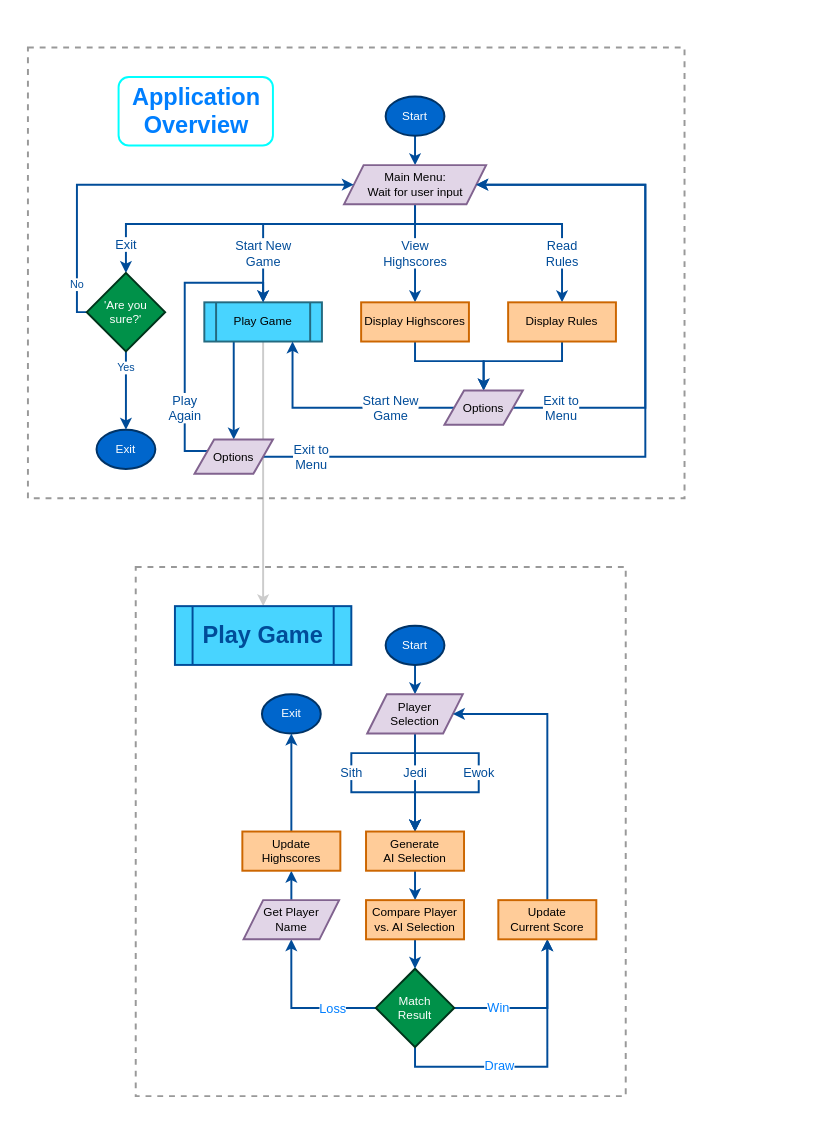
The draw.io diagram docs/img/flowcharts/app-game-overview-flowcharts.drawio in waldowred5/Sith-Lord-Jedi-Ewok, before the edit. Source tidied: cells renumbered, new cells numbered last; positions are measured from the earlier drawing's top-left corner, leaving out a move shared by most shapes. Both pictures are drawn from the tidied source at 98%, with x=0, y=0 at pixel (18, 37).
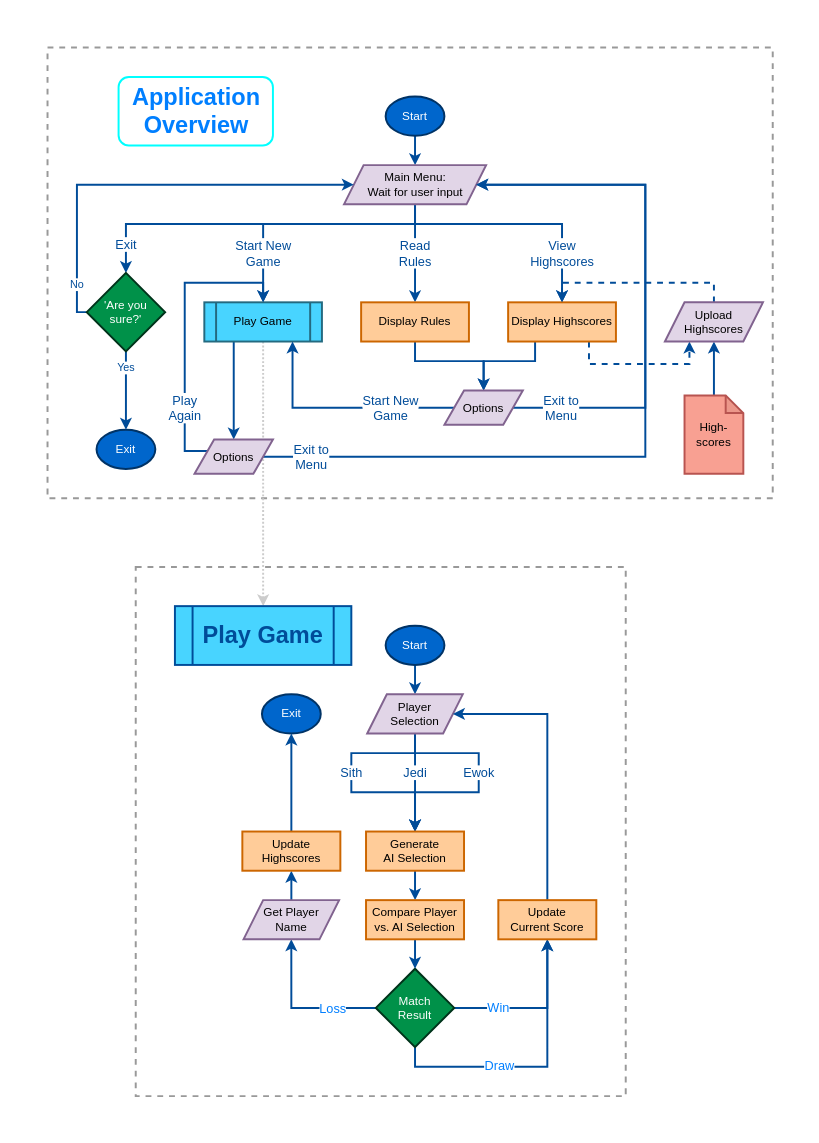
Above is the later version.

Commit message (it also covers changes not shown here):
Updated flowchart to include uploading Highscores flow

The change refers to these unchanged cells:
```xml
<mxCell id="9" value="Main Menu:&lt;br&gt;Wait for user input" style="shape=parallelogram;perimeter=parallelogramPerimeter;whiteSpace=wrap;html=1;fixedSize=1;fillColor=#e1d5e7;strokeWidth=2;strokeColor=#81638F;" parent="1" vertex="1">
  <mxGeometry x="332.5" y="130" width="145" height="40" as="geometry" />
</mxCell>
<mxCell id="12" value="Play Game" style="shape=process;whiteSpace=wrap;html=1;backgroundOutline=1;strokeColor=#246A80;fillColor=#48D4FF;strokeWidth=2;" parent="1" vertex="1">
  <mxGeometry x="190" y="270" width="120" height="40" as="geometry" />
</mxCell>
<mxCell id="22" value="Options" style="shape=parallelogram;perimeter=parallelogramPerimeter;whiteSpace=wrap;html=1;fixedSize=1;fillColor=#e1d5e7;strokeWidth=2;strokeColor=#81638F;" parent="1" vertex="1">
  <mxGeometry x="435" y="360" width="80" height="35" as="geometry" />
</mxCell>
<mxCell id="53" value="&lt;b style=&quot;font-size: 24px&quot;&gt;&lt;font color=&quot;#004c99&quot;&gt;Play Game&lt;/font&gt;&lt;/b&gt;" style="shape=process;whiteSpace=wrap;html=1;backgroundOutline=1;rounded=0;shadow=0;glass=0;sketch=0;strokeWidth=2;fillColor=#48D4FF;fontColor=#007FFF;strokeColor=#004C99;" parent="1" vertex="1">
  <mxGeometry x="160" y="580" width="180" height="60" as="geometry" />
</mxCell>
```

The edit, as a diff of the source:
```diff
@@
+    <mxCell id="56" style="rounded=0;whiteSpace=wrap;html=1;shadow=0;glass=0;dashed=1;sketch=0;strokeWidth=2;fillColor=none;fontColor=#007FFF;strokeColor=#FFFFFF;" parent="1" vertex="1">
+      <mxGeometry y="-20" width="800" height="1130" as="geometry" />
+    </mxCell>
+    <mxCell id="55" style="rounded=0;whiteSpace=wrap;html=1;shadow=0;glass=0;sketch=0;strokeWidth=2;fontColor=#007FFF;fillColor=none;dashed=1;strokeColor=#999999;" parent="1" vertex="1">
+      <mxGeometry x="120" y="540" width="500" height="540" as="geometry" />
+    </mxCell>
+    <mxCell id="54" style="rounded=0;whiteSpace=wrap;html=1;shadow=0;glass=0;sketch=0;strokeWidth=2;fontColor=#007FFF;fillColor=none;dashed=1;strokeColor=#999999;" parent="1" vertex="1">
+      <mxGeometry x="30" y="10" width="740" height="460" as="geometry" />
+    </mxCell>
@@
-    <mxCell id="5" value="&lt;font style=&quot;font-size: 13px&quot;&gt;View&lt;br&gt;Highscores&lt;/font&gt;" style="edgeStyle=orthogonalEdgeStyle;rounded=0;jettySize=auto;html=1;strokeColor=#004C99;fontColor=#004C99;strokeWidth=2;entryX=0.5;entryY=0;entryDx=0;entryDy=0;" parent="1" edge="1" source="9" target="23">
+    <mxCell id="5" value="&lt;font style=&quot;font-size: 13px&quot;&gt;Read&lt;br&gt;Rules&lt;/font&gt;" style="edgeStyle=orthogonalEdgeStyle;rounded=0;jettySize=auto;html=1;strokeColor=#004C99;fontColor=#004C99;strokeWidth=2;entryX=0.5;entryY=0;entryDx=0;entryDy=0;" parent="1" edge="1" source="9" target="23">
       <mxGeometry relative="1" as="geometry" />
     </mxCell>
@@
-    <mxCell id="7" value="&lt;font style=&quot;font-size: 13px&quot;&gt;Read&lt;br&gt;Rules&lt;/font&gt;" style="edgeStyle=orthogonalEdgeStyle;rounded=0;jettySize=auto;html=1;exitX=0.5;exitY=1;exitDx=0;exitDy=0;entryX=0.5;entryY=0;entryDx=0;entryDy=0;strokeColor=#004C99;fontColor=#004C99;strokeWidth=2;" parent="1" edge="1" source="9" target="15">
+    <mxCell id="7" value="&lt;span style=&quot;font-size: 13px&quot;&gt;View&lt;br&gt;Highscores&lt;/span&gt;" style="edgeStyle=orthogonalEdgeStyle;rounded=0;jettySize=auto;html=1;exitX=0.5;exitY=1;exitDx=0;exitDy=0;entryX=0.5;entryY=0;entryDx=0;entryDy=0;strokeColor=#004C99;fontColor=#004C99;strokeWidth=2;" parent="1" edge="1" source="9" target="15">
       <mxGeometry x="0.6" relative="1" as="geometry">
         <Array as="points">
           <mxPoint x="405" y="190" />
           <mxPoint x="555" y="190" />
         </Array>
       </mxGeometry>
     </mxCell>
@@
-    <mxCell id="11" style="edgeStyle=orthogonalEdgeStyle;rounded=0;jettySize=auto;html=1;exitX=0.5;exitY=1;exitDx=0;exitDy=0;entryX=0.5;entryY=0;entryDx=0;entryDy=0;strokeWidth=2;fontColor=#007FFF;strokeColor=#CCCCCC;" parent="1" edge="1" source="12" target="53">
+    <mxCell id="11" style="edgeStyle=orthogonalEdgeStyle;rounded=0;jettySize=auto;html=1;exitX=0.5;exitY=1;exitDx=0;exitDy=0;entryX=0.5;entryY=0;entryDx=0;entryDy=0;strokeWidth=2;fontColor=#007FFF;strokeColor=#CCCCCC;dashed=1;dashPattern=1 1;" parent="1" edge="1" source="12" target="53">
       <mxGeometry relative="1" as="geometry" />
     </mxCell>
@@
-    <mxCell id="14" style="edgeStyle=orthogonalEdgeStyle;rounded=0;jettySize=auto;html=1;exitX=0.5;exitY=1;exitDx=0;exitDy=0;entryX=0.5;entryY=0;entryDx=0;entryDy=0;strokeColor=#004C99;strokeWidth=2;" parent="1" edge="1" source="15" target="22">
+    <mxCell id="14" style="edgeStyle=orthogonalEdgeStyle;rounded=0;jettySize=auto;html=1;exitX=0.25;exitY=1;exitDx=0;exitDy=0;entryX=0.5;entryY=0;entryDx=0;entryDy=0;strokeColor=#004C99;strokeWidth=2;" parent="1" edge="1" source="15" target="22">
       <mxGeometry relative="1" as="geometry">
         <Array as="points">
-          <mxPoint x="555" y="330" />
+          <mxPoint x="528" y="330" />
           <mxPoint x="475" y="330" />
         </Array>
       </mxGeometry>
     </mxCell>
+    <mxCell id="57" style="edgeStyle=orthogonalEdgeStyle;rounded=0;jettySize=auto;html=1;exitX=0.75;exitY=1;exitDx=0;exitDy=0;strokeColor=#004C99;strokeWidth=2;fontColor=#004C99;dashed=1;entryX=0.25;entryY=1;entryDx=0;entryDy=0;" parent="1" edge="1" source="15" target="61">
+      <mxGeometry relative="1" as="geometry">
+        <Array as="points">
+          <mxPoint x="583" y="333" />
+          <mxPoint x="685" y="333" />
+        </Array>
+      </mxGeometry>
+    </mxCell>
-    <mxCell id="15" value="Display Rules" style="rounded=0;whiteSpace=wrap;html=1;fillColor=#ffcc99;strokeColor=#CC6600;strokeWidth=2;" parent="1" vertex="1">
+    <mxCell id="15" value="Display Highscores" style="rounded=0;whiteSpace=wrap;html=1;fillColor=#ffcc99;strokeColor=#CC6600;strokeWidth=2;" parent="1" vertex="1">
       <mxGeometry x="500" y="270" width="110" height="40" as="geometry" />
     </mxCell>
@@
-    <mxCell id="23" value="Display Highscores" style="rounded=0;whiteSpace=wrap;html=1;fillColor=#ffcc99;strokeColor=#CC6600;strokeWidth=2;" parent="1" vertex="1">
+    <mxCell id="23" value="Display Rules" style="rounded=0;whiteSpace=wrap;html=1;fillColor=#ffcc99;strokeColor=#CC6600;strokeWidth=2;" parent="1" vertex="1">
       <mxGeometry x="350" y="270" width="110" height="40" as="geometry" />
     </mxCell>
@@
-    <mxCell id="54" style="rounded=0;whiteSpace=wrap;html=1;shadow=0;glass=0;sketch=0;strokeWidth=2;fontColor=#007FFF;fillColor=none;dashed=1;strokeColor=#999999;" parent="1" vertex="1">
-      <mxGeometry x="10" y="10" width="670" height="460" as="geometry" />
-    </mxCell>
-    <mxCell id="55" style="rounded=0;whiteSpace=wrap;html=1;shadow=0;glass=0;sketch=0;strokeWidth=2;fontColor=#007FFF;fillColor=none;dashed=1;strokeColor=#999999;" parent="1" vertex="1">
-      <mxGeometry x="120" y="540" width="500" height="540" as="geometry" />
-    </mxCell>
-    <mxCell id="56" style="rounded=0;whiteSpace=wrap;html=1;shadow=0;glass=0;dashed=1;sketch=0;strokeWidth=2;fillColor=none;fontColor=#007FFF;strokeColor=#FFFFFF;" parent="1" vertex="1">
-      <mxGeometry width="690" height="1090" as="geometry" />
-    </mxCell>
+    <mxCell id="58" style="edgeStyle=orthogonalEdgeStyle;rounded=0;jettySize=auto;html=1;strokeColor=#004C99;strokeWidth=2;fontColor=#004C99;" parent="1" edge="1" source="59" target="61">
+      <mxGeometry relative="1" as="geometry" />
+    </mxCell>
+    <mxCell id="59" value="High-&lt;br&gt;scores" style="shape=note;whiteSpace=wrap;html=1;backgroundOutline=1;darkOpacity=0.05;rounded=0;strokeColor=#b85450;strokeWidth=2;size=18;fillColor=#F8A092;" parent="1" vertex="1">
+      <mxGeometry x="680" y="365" width="60" height="80" as="geometry" />
+    </mxCell>
+    <mxCell id="60" style="edgeStyle=orthogonalEdgeStyle;rounded=0;jettySize=auto;html=1;entryX=0.5;entryY=0;entryDx=0;entryDy=0;strokeColor=#004C99;strokeWidth=2;fontColor=#004C99;dashed=1;" parent="1" edge="1" source="61" target="15">
+      <mxGeometry relative="1" as="geometry">
+        <Array as="points">
+          <mxPoint x="710" y="250" />
+          <mxPoint x="555" y="250" />
+        </Array>
+      </mxGeometry>
+    </mxCell>
+    <mxCell id="61" value="Upload Highscores" style="shape=parallelogram;perimeter=parallelogramPerimeter;whiteSpace=wrap;html=1;fixedSize=1;fillColor=#e1d5e7;strokeWidth=2;strokeColor=#81638F;" parent="1" vertex="1">
+      <mxGeometry x="660" y="270" width="100" height="40" as="geometry" />
+    </mxCell>
```
